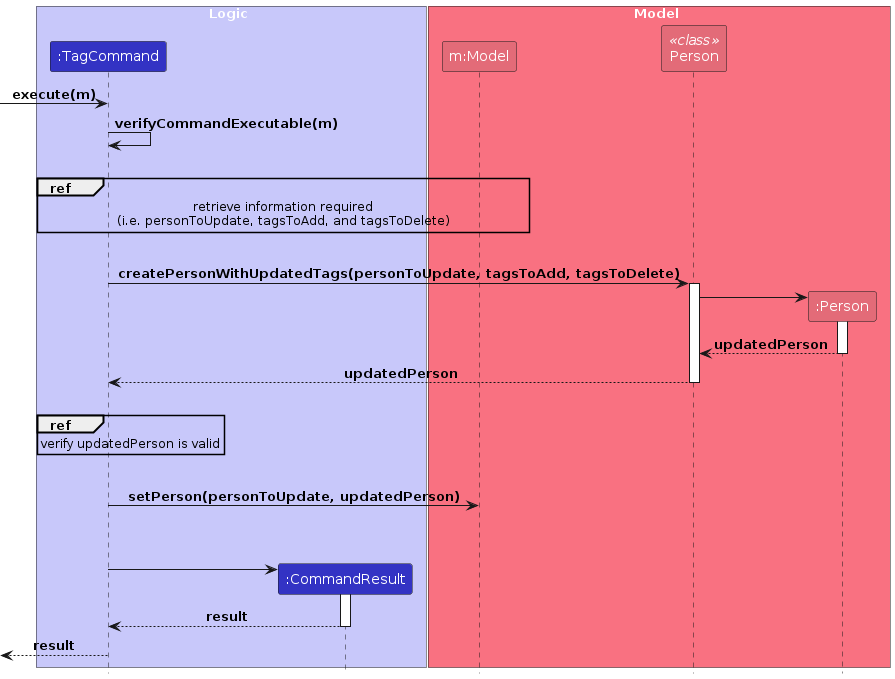
Above: diagrams/tag-feature/ExecuteSequenceDiagram.png in yucongkoo/tp (PlantUML), before the change. Its source is kept beside it as diagrams/tag-feature/ExecuteSequenceDiagram.puml.
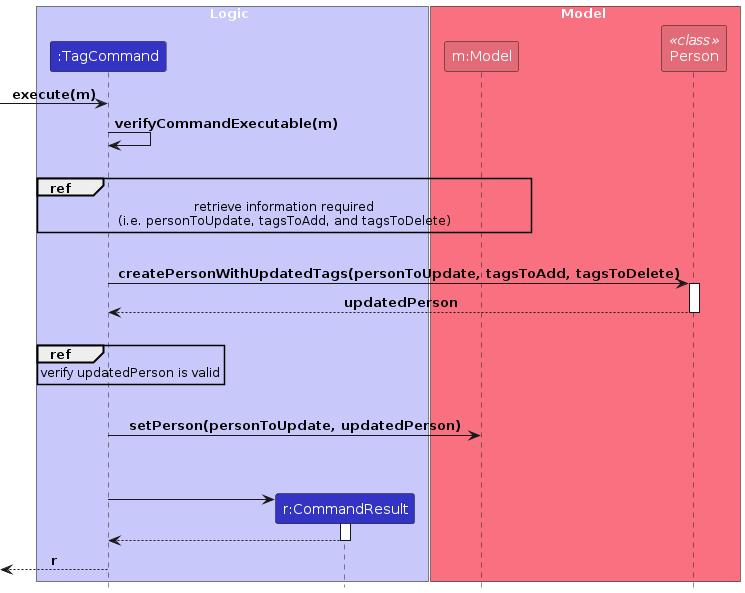
After the change.

The edit, as a diff of the source:
```diff
@@ -3,13 +3,12 @@
 
 box Logic LOGIC_COLOR_T1
 participant ":TagCommand" as TagCommand LOGIC_COLOR
-participant ":CommandResult" as CommandResult LOGIC_COLOR
+participant "r:CommandResult" as CommandResult LOGIC_COLOR
 end box
 
 box Model MODEL_COLOR_T1
 participant "m:Model" as Model MODEL_COLOR
 participant "Person" as PersonClass <<class>> MODEL_COLOR
-participant ":Person" as Person MODEL_COLOR
 end box
 
 [-> TagCommand: execute(m)
@@ -21,12 +20,6 @@
 
 TagCommand -> PersonClass: createPersonWithUpdatedTags(personToUpdate, tagsToAdd, tagsToDelete)
 activate PersonClass
-
-create Person
-PersonClass -> Person
-activate Person
-return updatedPerson
-
 return updatedPerson
 |||
 ref over TagCommand: verify updatedPerson is valid
@@ -37,7 +30,7 @@
 create CommandResult
 TagCommand -> CommandResult
 activate CommandResult
-return result
+return
 
-[<-- TagCommand: result
+[<-- TagCommand: r
 @enduml
```
